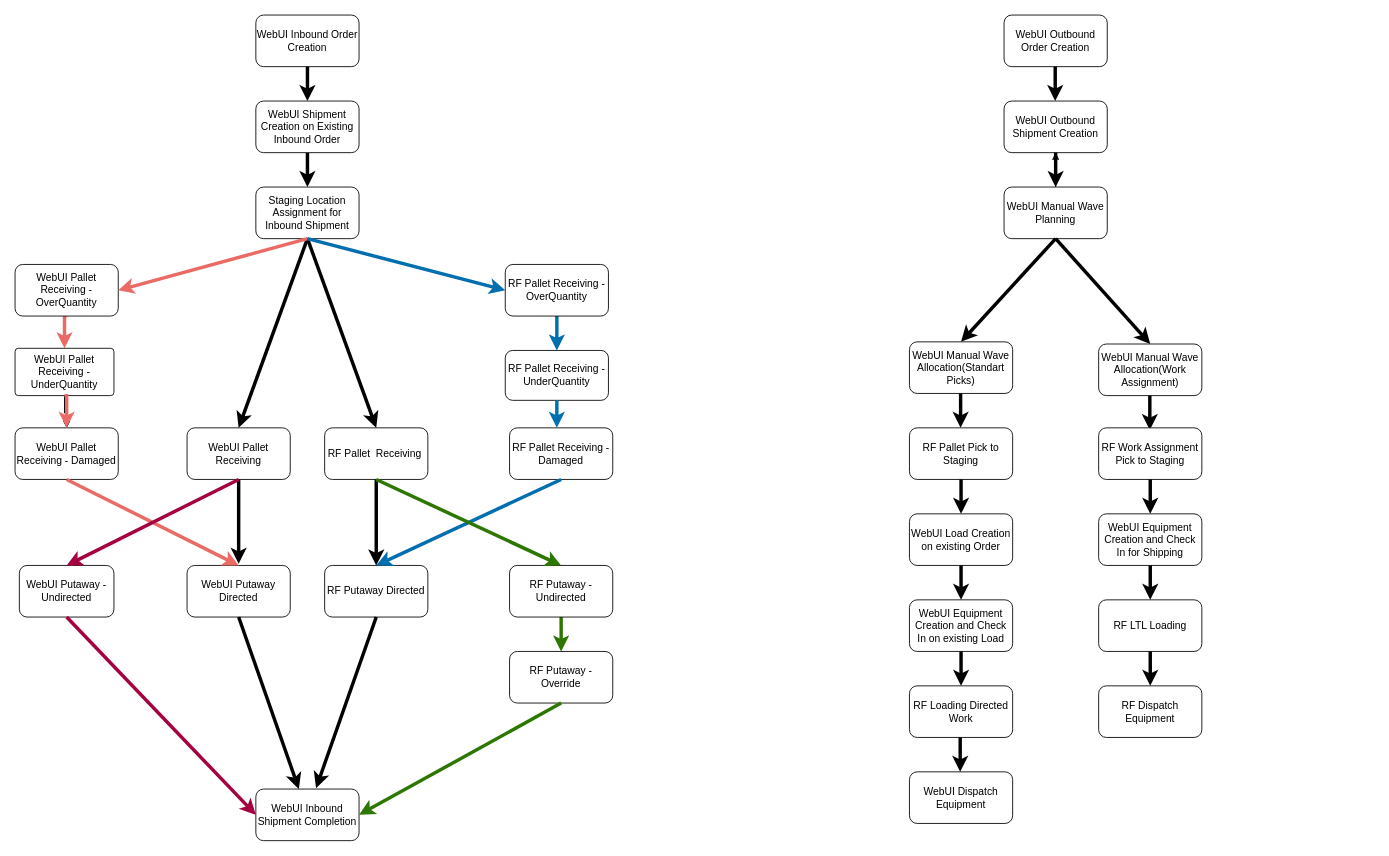
This is Superman&DrStrange.drawio from Natali1429/DIA, a draw.io file, before an edit. Source tidied: cells renumbered, new cells numbered last; positions are measured from the earlier drawing's top-left corner, leaving out a move shared by most shapes. Both pictures are drawn from the tidied source at 86%, with x=0, y=0 at pixel (15, 15).
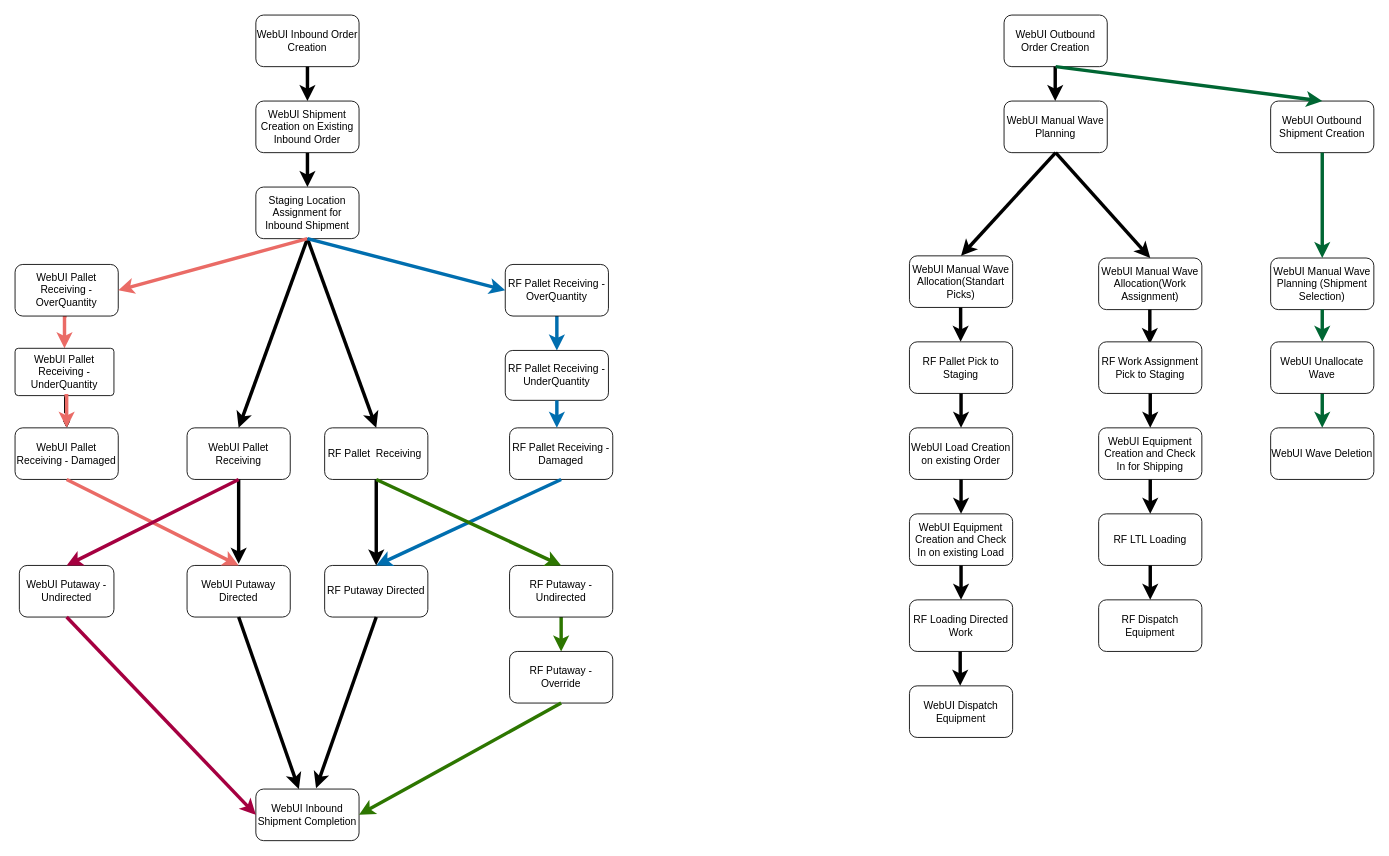
The same diagram, later.

Diff of the diagram source:
```diff
@@
     <mxCell id="44" value="WebUI Outbound Shipment Creation" style="rounded=1;whiteSpace=wrap;html=1;" parent="1" vertex="1">
-      <mxGeometry x="1150" y="100" width="120" height="60" as="geometry" />
+      <mxGeometry x="1460" y="100" width="120" height="60" as="geometry" />
     </mxCell>
-    <mxCell id="45" style="edgeStyle=orthogonalEdgeStyle;rounded=0;orthogonalLoop=1;jettySize=auto;html=1;exitX=0.5;exitY=1;exitDx=0;exitDy=0;entryX=0.5;entryY=0;entryDx=0;entryDy=0;strokeWidth=4;" parent="1" edge="1">
-      <mxGeometry relative="1" as="geometry">
-        <mxPoint x="1210" y="160" as="sourcePoint" />
-        <mxPoint x="1210" y="200" as="targetPoint" />
-        <Array as="points">
-          <mxPoint x="1210" y="180" />
-          <mxPoint x="1210" y="180" />
-        </Array>
-      </mxGeometry>
-    </mxCell>
-    <mxCell id="46" style="edgeStyle=orthogonalEdgeStyle;rounded=0;jettySize=auto;html=1;" parent="1" edge="1" source="47" target="44">
-      <mxGeometry relative="1" as="geometry" />
-    </mxCell>
     <mxCell id="47" value="WebUI Manual Wave Planning" style="rounded=1;whiteSpace=wrap;html=1;" parent="1" vertex="1">
-      <mxGeometry x="1150" y="200" width="120" height="60" as="geometry" />
+      <mxGeometry x="1150" y="100" width="120" height="60" as="geometry" />
     </mxCell>
     <mxCell id="48" value="WebUI Manual Wave Allocation(Standart Picks)" style="rounded=1;whiteSpace=wrap;html=1;" parent="1" vertex="1">
-      <mxGeometry x="1040" y="380" width="120" height="60" as="geometry" />
+      <mxGeometry x="1040" y="280" width="120" height="60" as="geometry" />
     </mxCell>
     <mxCell id="49" value="&lt;span style=&quot;white-space: normal&quot;&gt;WebUI Manual Wave Allocation(Work Assignment)&lt;/span&gt;" style="rounded=1;whiteSpace=wrap;html=1;" parent="1" vertex="1">
-      <mxGeometry x="1260" y="382.5" width="120" height="60" as="geometry" />
+      <mxGeometry x="1260" y="282.5" width="120" height="60" as="geometry" />
     </mxCell>
@@
     <mxCell id="52" style="edgeStyle=orthogonalEdgeStyle;rounded=0;orthogonalLoop=1;jettySize=auto;html=1;exitX=0.5;exitY=1;exitDx=0;exitDy=0;entryX=0.5;entryY=0;entryDx=0;entryDy=0;strokeWidth=4;" parent="1" edge="1">
       <mxGeometry relative="1" as="geometry">
-        <mxPoint x="1099.5" y="440" as="sourcePoint" />
-        <mxPoint x="1099.5" y="480" as="targetPoint" />
+        <mxPoint x="1099.5" y="340" as="sourcePoint" />
+        <mxPoint x="1099.5" y="380" as="targetPoint" />
         <Array as="points">
-          <mxPoint x="1099" y="460" />
-          <mxPoint x="1099" y="460" />
+          <mxPoint x="1099" y="360" />
+          <mxPoint x="1099" y="360" />
         </Array>
       </mxGeometry>
     </mxCell>
     <mxCell id="53" style="edgeStyle=orthogonalEdgeStyle;rounded=0;orthogonalLoop=1;jettySize=auto;html=1;exitX=0.5;exitY=1;exitDx=0;exitDy=0;entryX=0.5;entryY=0;entryDx=0;entryDy=0;strokeWidth=4;" parent="1" edge="1">
       <mxGeometry relative="1" as="geometry">
-        <mxPoint x="1319.5" y="442.5" as="sourcePoint" />
-        <mxPoint x="1319.5" y="482.5" as="targetPoint" />
+        <mxPoint x="1319.5" y="342.5" as="sourcePoint" />
+        <mxPoint x="1319.5" y="382.5" as="targetPoint" />
         <Array as="points">
-          <mxPoint x="1319" y="462.5" />
-          <mxPoint x="1319" y="462.5" />
+          <mxPoint x="1319" y="362.5" />
+          <mxPoint x="1319" y="362.5" />
         </Array>
       </mxGeometry>
     </mxCell>
     <mxCell id="54" value="WebUI Load Creation on existing Order" style="rounded=1;whiteSpace=wrap;html=1;" parent="1" vertex="1">
-      <mxGeometry x="1040" y="580" width="120" height="60" as="geometry" />
+      <mxGeometry x="1040" y="480" width="120" height="60" as="geometry" />
     </mxCell>
     <mxCell id="55" value="WebUI Dispatch Equipment" style="rounded=1;whiteSpace=wrap;html=1;" parent="1" vertex="1">
-      <mxGeometry x="1040" y="880" width="120" height="60" as="geometry" />
+      <mxGeometry x="1040" y="780" width="120" height="60" as="geometry" />
     </mxCell>
     <mxCell id="56" value="WebUI Equipment Creation and Check In on existing Load" style="rounded=1;whiteSpace=wrap;html=1;" parent="1" vertex="1">
-      <mxGeometry x="1040" y="680" width="120" height="60" as="geometry" />
+      <mxGeometry x="1040" y="580" width="120" height="60" as="geometry" />
     </mxCell>
     <mxCell id="57" value="RF Pallet Pick to Staging" style="rounded=1;whiteSpace=wrap;html=1;" parent="1" vertex="1">
-      <mxGeometry x="1040" y="480" width="120" height="60" as="geometry" />
+      <mxGeometry x="1040" y="380" width="120" height="60" as="geometry" />
     </mxCell>
     <mxCell id="58" value="RF Loading Directed Work" style="rounded=1;whiteSpace=wrap;html=1;" parent="1" vertex="1">
-      <mxGeometry x="1040" y="780" width="120" height="60" as="geometry" />
+      <mxGeometry x="1040" y="680" width="120" height="60" as="geometry" />
     </mxCell>
     <mxCell id="59" style="edgeStyle=orthogonalEdgeStyle;rounded=0;orthogonalLoop=1;jettySize=auto;html=1;exitX=0.5;exitY=1;exitDx=0;exitDy=0;entryX=0.5;entryY=0;entryDx=0;entryDy=0;strokeWidth=4;" parent="1" edge="1">
       <mxGeometry relative="1" as="geometry">
-        <mxPoint x="1100" y="540" as="sourcePoint" />
-        <mxPoint x="1100" y="580" as="targetPoint" />
+        <mxPoint x="1100" y="440" as="sourcePoint" />
+        <mxPoint x="1100" y="480" as="targetPoint" />
         <Array as="points">
-          <mxPoint x="1099.5" y="560" />
-          <mxPoint x="1099.5" y="560" />
+          <mxPoint x="1099.5" y="460" />
+          <mxPoint x="1099.5" y="460" />
         </Array>
       </mxGeometry>
     </mxCell>
     <mxCell id="60" style="edgeStyle=orthogonalEdgeStyle;rounded=0;orthogonalLoop=1;jettySize=auto;html=1;exitX=0.5;exitY=1;exitDx=0;exitDy=0;entryX=0.5;entryY=0;entryDx=0;entryDy=0;strokeWidth=4;" parent="1" edge="1">
       <mxGeometry relative="1" as="geometry">
-        <mxPoint x="1100" y="640" as="sourcePoint" />
-        <mxPoint x="1100" y="680" as="targetPoint" />
+        <mxPoint x="1100" y="540" as="sourcePoint" />
+        <mxPoint x="1100" y="580" as="targetPoint" />
         <Array as="points">
-          <mxPoint x="1099.5" y="660" />
-          <mxPoint x="1099.5" y="660" />
+          <mxPoint x="1099.5" y="560" />
+          <mxPoint x="1099.5" y="560" />
         </Array>
       </mxGeometry>
     </mxCell>
     <mxCell id="61" style="edgeStyle=orthogonalEdgeStyle;rounded=0;orthogonalLoop=1;jettySize=auto;html=1;exitX=0.5;exitY=1;exitDx=0;exitDy=0;entryX=0.5;entryY=0;entryDx=0;entryDy=0;strokeWidth=4;" parent="1" edge="1">
       <mxGeometry relative="1" as="geometry">
-        <mxPoint x="1100" y="740" as="sourcePoint" />
-        <mxPoint x="1100" y="780" as="targetPoint" />
+        <mxPoint x="1100" y="640" as="sourcePoint" />
+        <mxPoint x="1100" y="680" as="targetPoint" />
         <Array as="points">
-          <mxPoint x="1099.5" y="760" />
-          <mxPoint x="1099.5" y="760" />
+          <mxPoint x="1099.5" y="660" />
+          <mxPoint x="1099.5" y="660" />
         </Array>
       </mxGeometry>
     </mxCell>
     <mxCell id="62" style="edgeStyle=orthogonalEdgeStyle;rounded=0;orthogonalLoop=1;jettySize=auto;html=1;exitX=0.5;exitY=1;exitDx=0;exitDy=0;entryX=0.5;entryY=0;entryDx=0;entryDy=0;strokeWidth=4;" parent="1" edge="1">
       <mxGeometry relative="1" as="geometry">
-        <mxPoint x="1099" y="840" as="sourcePoint" />
-        <mxPoint x="1099" y="880" as="targetPoint" />
+        <mxPoint x="1099" y="740" as="sourcePoint" />
+        <mxPoint x="1099" y="780" as="targetPoint" />
         <Array as="points">
-          <mxPoint x="1099" y="850" />
-          <mxPoint x="1099" y="850" />
+          <mxPoint x="1099" y="750" />
+          <mxPoint x="1099" y="750" />
         </Array>
       </mxGeometry>
     </mxCell>
     <mxCell id="63" value="WebUI Equipment Creation and Check In for Shipping" style="rounded=1;whiteSpace=wrap;html=1;" parent="1" vertex="1">
-      <mxGeometry x="1260" y="580" width="120" height="60" as="geometry" />
+      <mxGeometry x="1260" y="480" width="120" height="60" as="geometry" />
     </mxCell>
     <mxCell id="64" value="RF LTL Loading" style="rounded=1;whiteSpace=wrap;html=1;" parent="1" vertex="1">
-      <mxGeometry x="1260" y="680" width="120" height="60" as="geometry" />
+      <mxGeometry x="1260" y="580" width="120" height="60" as="geometry" />
     </mxCell>
     <mxCell id="65" value="RF Work Assignment Pick to Staging" style="rounded=1;whiteSpace=wrap;html=1;" parent="1" vertex="1">
-      <mxGeometry x="1260" y="480" width="120" height="60" as="geometry" />
+      <mxGeometry x="1260" y="380" width="120" height="60" as="geometry" />
     </mxCell>
     <mxCell id="66" value="RF Dispatch Equipment" style="rounded=1;whiteSpace=wrap;html=1;" parent="1" vertex="1">
-      <mxGeometry x="1260" y="780" width="120" height="60" as="geometry" />
+      <mxGeometry x="1260" y="680" width="120" height="60" as="geometry" />
     </mxCell>
     <mxCell id="67" style="edgeStyle=orthogonalEdgeStyle;rounded=0;orthogonalLoop=1;jettySize=auto;html=1;exitX=0.5;exitY=1;exitDx=0;exitDy=0;entryX=0.5;entryY=0;entryDx=0;entryDy=0;strokeWidth=4;" parent="1" edge="1">
       <mxGeometry relative="1" as="geometry">
-        <mxPoint x="1320" y="540" as="sourcePoint" />
-        <mxPoint x="1320" y="580" as="targetPoint" />
+        <mxPoint x="1320" y="440" as="sourcePoint" />
+        <mxPoint x="1320" y="480" as="targetPoint" />
         <Array as="points">
-          <mxPoint x="1319.5" y="560" />
-          <mxPoint x="1319.5" y="560" />
+          <mxPoint x="1319.5" y="460" />
+          <mxPoint x="1319.5" y="460" />
         </Array>
       </mxGeometry>
     </mxCell>
     <mxCell id="68" style="edgeStyle=orthogonalEdgeStyle;rounded=0;orthogonalLoop=1;jettySize=auto;html=1;exitX=0.5;exitY=1;exitDx=0;exitDy=0;entryX=0.5;entryY=0;entryDx=0;entryDy=0;strokeWidth=4;" parent="1" edge="1">
       <mxGeometry relative="1" as="geometry">
-        <mxPoint x="1320" y="640" as="sourcePoint" />
-        <mxPoint x="1320" y="680" as="targetPoint" />
+        <mxPoint x="1320" y="540" as="sourcePoint" />
+        <mxPoint x="1320" y="580" as="targetPoint" />
         <Array as="points">
-          <mxPoint x="1319.5" y="660" />
-          <mxPoint x="1319.5" y="660" />
+          <mxPoint x="1319.5" y="560" />
+          <mxPoint x="1319.5" y="560" />
         </Array>
       </mxGeometry>
     </mxCell>
     <mxCell id="69" style="edgeStyle=orthogonalEdgeStyle;rounded=0;orthogonalLoop=1;jettySize=auto;html=1;exitX=0.5;exitY=1;exitDx=0;exitDy=0;entryX=0.5;entryY=0;entryDx=0;entryDy=0;strokeWidth=4;" parent="1" edge="1">
       <mxGeometry relative="1" as="geometry">
-        <mxPoint x="1320" y="740" as="sourcePoint" />
-        <mxPoint x="1320" y="780" as="targetPoint" />
+        <mxPoint x="1320" y="640" as="sourcePoint" />
+        <mxPoint x="1320" y="680" as="targetPoint" />
         <Array as="points">
-          <mxPoint x="1319.5" y="760" />
-          <mxPoint x="1319.5" y="760" />
+          <mxPoint x="1319.5" y="660" />
+          <mxPoint x="1319.5" y="660" />
         </Array>
       </mxGeometry>
     </mxCell>
+    <mxCell id="70" value="WebUI Manual Wave Planning (Shipment Selection)" style="rounded=1;whiteSpace=wrap;html=1;" parent="1" vertex="1">
+      <mxGeometry x="1460" y="282.5" width="120" height="60" as="geometry" />
+    </mxCell>
+    <mxCell id="71" style="edgeStyle=orthogonalEdgeStyle;rounded=0;jettySize=auto;html=1;strokeColor=#006633;strokeWidth=4;" parent="1" edge="1" source="72" target="73">
+      <mxGeometry relative="1" as="geometry" />
+    </mxCell>
+    <mxCell id="72" value="WebUI Unallocate Wave" style="rounded=1;whiteSpace=wrap;html=1;" parent="1" vertex="1">
+      <mxGeometry x="1460" y="380" width="120" height="60" as="geometry" />
+    </mxCell>
+    <mxCell id="73" value="WebUI Wave Deletion" style="rounded=1;whiteSpace=wrap;html=1;" parent="1" vertex="1">
+      <mxGeometry x="1460" y="480" width="120" height="60" as="geometry" />
+    </mxCell>
+    <mxCell id="74" style="endArrow=classic;html=1;entryX=0.5;entryY=0;entryDx=0;entryDy=0;strokeWidth=4;strokeColor=#006633;" parent="1" edge="1" target="44">
+      <mxGeometry relative="1" as="geometry">
+        <mxPoint x="1210" y="60" as="sourcePoint" />
+      </mxGeometry>
+    </mxCell>
+    <mxCell id="75" style="endArrow=classic;html=1;exitX=0.5;exitY=1;exitDx=0;exitDy=0;entryX=0.5;entryY=0;entryDx=0;entryDy=0;strokeWidth=4;strokeColor=#006633;" parent="1" edge="1" source="44" target="70">
+      <mxGeometry relative="1" as="geometry" />
+    </mxCell>
+    <mxCell id="76" style="endArrow=classic;html=1;exitX=0.5;exitY=1;exitDx=0;exitDy=0;strokeWidth=4;strokeColor=#006633;" parent="1" edge="1" source="70" target="72">
+      <mxGeometry relative="1" as="geometry" />
+    </mxCell>
```
